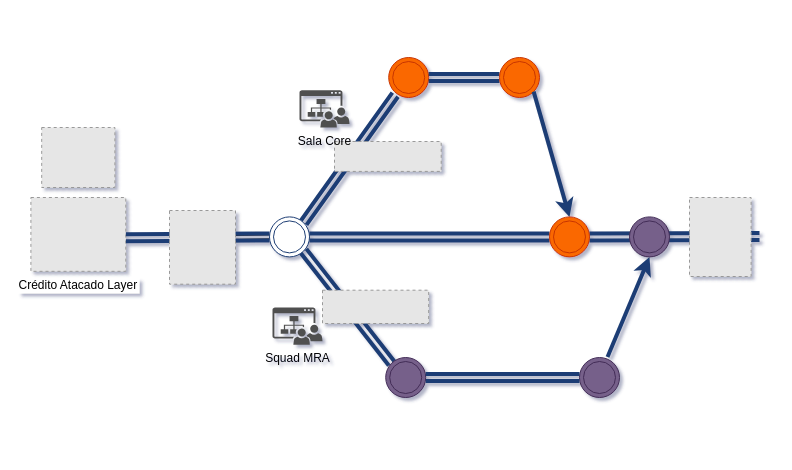
Above: MRA.drawio in mbarucci/BotQNA (draw.io), before the change. Source tidied: cells renumbered, new cells numbered last; positions are measured from the earlier drawing's top-left corner, leaving out a move shared by most shapes. Both pictures are drawn from the tidied source at 100%, with x=0, y=0 at pixel (30, 57). Pictures stored in the file or linked from it are replaced by grey dashed boxes.
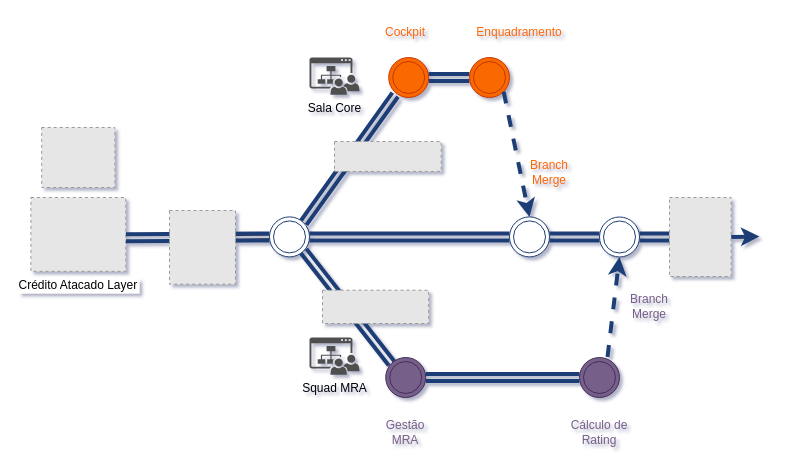
After the change.

The change refers to these unchanged cells:
```xml
<mxCell id="7" style="ellipse;shape=doubleEllipse;whiteSpace=wrap;html=1;fillColor=#FFFFFF;strokeColor=#1e3e74;" parent="1" vertex="1">
  <mxGeometry x="239" y="159.4" width="40" height="40" as="geometry" />
</mxCell>
<mxCell id="20" style="ellipse;shape=doubleEllipse;whiteSpace=wrap;html=1;fillColor=#76608a;strokeColor=#432D57;fontColor=#ffffff;" parent="1" vertex="1">
  <mxGeometry x="549" y="300" width="40" height="40" as="geometry" />
</mxCell>
```

The edit, as a diff of the source:
```diff
@@
     <mxCell id="12" value="Sala Core" style="sketch=0;shadow=0;dashed=0;html=1;strokeColor=none;fillColor=#505050;labelPosition=center;verticalLabelPosition=bottom;verticalAlign=top;align=center;shape=mxgraph.office.sites.site_team;" parent="1" vertex="1">
-      <mxGeometry x="269" y="32.8" width="50" height="37.2" as="geometry" />
+      <mxGeometry x="279" width="50" height="37.2" as="geometry" />
     </mxCell>
     <mxCell id="13" value="Squad MRA" style="sketch=0;shadow=0;dashed=0;html=1;strokeColor=none;fillColor=#505050;labelPosition=center;verticalLabelPosition=bottom;verticalAlign=top;align=center;shape=mxgraph.office.sites.site_team;" parent="1" vertex="1">
-      <mxGeometry x="242" y="250" width="50" height="37.2" as="geometry" />
+      <mxGeometry x="279" y="280" width="50" height="37.2" as="geometry" />
     </mxCell>
@@
     <mxCell id="17" style="ellipse;shape=doubleEllipse;whiteSpace=wrap;html=1;fillColor=#fa6800;strokeColor=#C73500;fontColor=#000000;" parent="1" vertex="1">
-      <mxGeometry x="469" width="40" height="40" as="geometry" />
+      <mxGeometry x="439" width="40" height="40" as="geometry" />
     </mxCell>
-    <mxCell id="18" style="html=1;rounded=0;strokeWidth=4;strokeColor=#1e3e74;exitX=1;exitY=1;exitDx=0;exitDy=0;entryX=0.5;entryY=0;entryDx=0;entryDy=0;" parent="1" edge="1" source="17" target="23">
+    <mxCell id="18" style="html=1;rounded=0;strokeWidth=4;strokeColor=#1e3e74;exitX=1;exitY=1;exitDx=0;exitDy=0;entryX=0.5;entryY=0;entryDx=0;entryDy=0;dashed=1;" parent="1" edge="1" source="17" target="33">
       <mxGeometry relative="1" as="geometry" />
     </mxCell>
-    <mxCell id="19" style="shape=link;html=1;rounded=0;exitX=1;exitY=0.5;exitDx=0;exitDy=0;strokeWidth=4;strokeColor=#1e3e74;" parent="1" edge="1" source="23">
+    <mxCell id="19" style="html=1;rounded=0;exitX=1;exitY=0.5;exitDx=0;exitDy=0;strokeWidth=4;strokeColor=#1e3e74;" parent="1" edge="1" source="26">
       <mxGeometry relative="1" as="geometry">
         <mxPoint x="729" y="179" as="targetPoint" />
       </mxGeometry>
     </mxCell>
@@
-    <mxCell id="22" style="shape=link;html=1;rounded=0;exitX=1;exitY=0.5;exitDx=0;exitDy=0;strokeWidth=4;strokeColor=#1e3e74;" parent="1" edge="1" source="7" target="23">
-      <mxGeometry relative="1" as="geometry" />
+    <mxCell id="22" style="shape=link;html=1;rounded=0;exitX=1;exitY=0.5;exitDx=0;exitDy=0;strokeWidth=4;strokeColor=#1e3e74;" parent="1" edge="1" source="33">
+      <mxGeometry relative="1" as="geometry">
+        <mxPoint x="519" y="179.4" as="targetPoint" />
+      </mxGeometry>
     </mxCell>
-    <mxCell id="23" style="ellipse;shape=doubleEllipse;whiteSpace=wrap;html=1;fillColor=#fa6800;strokeColor=#C73500;fontColor=#000000;" parent="1" vertex="1">
-      <mxGeometry x="519" y="159.4" width="40" height="40" as="geometry" />
-    </mxCell>
-    <mxCell id="24" style="html=1;rounded=0;strokeWidth=4;strokeColor=#1e3e74;exitX=0.7;exitY=-0.012;exitDx=0;exitDy=0;exitPerimeter=0;entryX=0.5;entryY=1;entryDx=0;entryDy=0;" parent="1" edge="1" source="20" target="25">
+    <mxCell id="24" style="html=1;rounded=0;strokeWidth=4;strokeColor=#1e3e74;exitX=0.7;exitY=-0.012;exitDx=0;exitDy=0;exitPerimeter=0;entryX=0.5;entryY=1;entryDx=0;entryDy=0;dashed=1;" parent="1" edge="1" source="20" target="29">
       <mxGeometry relative="1" as="geometry" />
     </mxCell>
-    <mxCell id="25" style="ellipse;shape=doubleEllipse;whiteSpace=wrap;html=1;fillColor=#76608a;strokeColor=#432D57;fontColor=#ffffff;" parent="1" vertex="1">
-      <mxGeometry x="599" y="159.4" width="40" height="40" as="geometry" />
-    </mxCell>
+    <mxCell id="27" style="shape=link;html=1;rounded=0;exitX=1;exitY=0.5;exitDx=0;exitDy=0;strokeWidth=4;strokeColor=#1e3e74;" parent="1" edge="1" source="29" target="26">
+      <mxGeometry relative="1" as="geometry" />
+    </mxCell>
     <mxCell id="26" style="fillColor=#E6E6E6;strokeColor=#999999;dashed=1;verticalLabelPosition=bottom;labelBackgroundColor=default;verticalAlign=top;" parent="1" vertex="1">
-      <mxGeometry x="659" y="140" width="61.6" height="79" as="geometry" />
+      <mxGeometry x="639" y="140" width="61.6" height="79" as="geometry" />
     </mxCell>
+    <mxCell id="28" style="shape=link;html=1;rounded=0;strokeWidth=4;strokeColor=#1e3e74;" parent="1" edge="1" source="33" target="29">
+      <mxGeometry relative="1" as="geometry" />
+    </mxCell>
+    <mxCell id="29" style="ellipse;shape=doubleEllipse;whiteSpace=wrap;html=1;fillColor=#FFFFFF;strokeColor=#1e3e74;" parent="1" vertex="1">
+      <mxGeometry x="569" y="159.5" width="40" height="40" as="geometry" />
+    </mxCell>
+    <mxCell id="30" value="&lt;font color=&quot;#fb6803&quot;&gt;Branch&lt;/font&gt;&lt;div&gt;&lt;font color=&quot;#fb6803&quot;&gt;Merge&lt;/font&gt;&lt;/div&gt;" style="text;strokeColor=none;align=center;fillColor=none;html=1;verticalAlign=middle;whiteSpace=wrap;rounded=0;" parent="1" vertex="1">
+      <mxGeometry x="489" y="100" width="60" height="30" as="geometry" />
+    </mxCell>
+    <mxCell id="31" value="&lt;font color=&quot;#765f8a&quot;&gt;Branch&lt;/font&gt;&lt;div&gt;&lt;font color=&quot;#765f8a&quot;&gt;Merge&lt;/font&gt;&lt;/div&gt;" style="text;strokeColor=none;align=center;fillColor=none;html=1;verticalAlign=middle;whiteSpace=wrap;rounded=0;" parent="1" vertex="1">
+      <mxGeometry x="589" y="234.4" width="60" height="30" as="geometry" />
+    </mxCell>
+    <mxCell id="32" style="shape=link;html=1;rounded=0;exitX=1;exitY=0.5;exitDx=0;exitDy=0;strokeWidth=4;strokeColor=#1e3e74;" parent="1" edge="1" source="7" target="33">
+      <mxGeometry relative="1" as="geometry" />
+    </mxCell>
+    <mxCell id="33" style="ellipse;shape=doubleEllipse;whiteSpace=wrap;html=1;fillColor=#FFFFFF;strokeColor=#1e3e74;" parent="1" vertex="1">
+      <mxGeometry x="479" y="159.4" width="40" height="40" as="geometry" />
+    </mxCell>
+    <mxCell id="34" value="&lt;font color=&quot;#765f8a&quot;&gt;Gestão MRA&lt;/font&gt;" style="text;strokeColor=none;align=center;fillColor=none;html=1;verticalAlign=middle;whiteSpace=wrap;rounded=0;" parent="1" vertex="1">
+      <mxGeometry x="345.2" y="360" width="60" height="30" as="geometry" />
+    </mxCell>
+    <mxCell id="35" value="&lt;font color=&quot;#765f8a&quot;&gt;Cálculo de Rating&lt;/font&gt;" style="text;strokeColor=none;align=center;fillColor=none;html=1;verticalAlign=middle;whiteSpace=wrap;rounded=0;" parent="1" vertex="1">
+      <mxGeometry x="539" y="360" width="60" height="30" as="geometry" />
+    </mxCell>
+    <mxCell id="36" value="&lt;font color=&quot;#fb6803&quot;&gt;Cockpit&lt;/font&gt;" style="text;strokeColor=none;align=center;fillColor=none;html=1;verticalAlign=middle;whiteSpace=wrap;rounded=0;" parent="1" vertex="1">
+      <mxGeometry x="345.2" y="-40" width="60" height="30" as="geometry" />
+    </mxCell>
+    <mxCell id="37" value="&lt;font color=&quot;#fb6803&quot;&gt;Enquadramento&lt;/font&gt;" style="text;strokeColor=none;align=center;fillColor=none;html=1;verticalAlign=middle;whiteSpace=wrap;rounded=0;" parent="1" vertex="1">
+      <mxGeometry x="459" y="-40" width="60" height="30" as="geometry" />
+    </mxCell>
```
